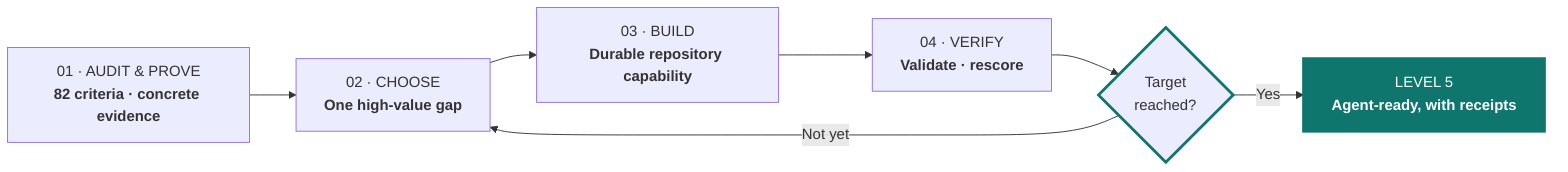
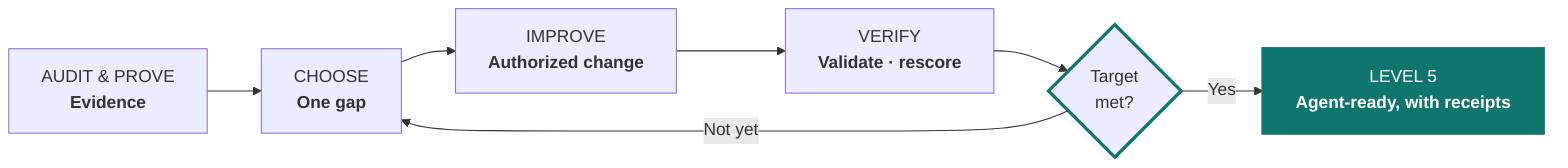
flowchart LR
-   audit["01 · AUDIT & PROVE<br/><b>82 criteria · concrete evidence</b>"]
-   choose["02 · CHOOSE<br/><b>One high-value gap</b>"]
-   implement["03 · BUILD<br/><b>Durable repository capability</b>"]
-   validate["04 · VERIFY<br/><b>Validate · rescore</b>"]
-   target{"Target<br/>reached?"}
-   level5["LEVEL 5<br/><b>Agent-ready, with receipts</b>"]
- 
-   audit --> choose --> implement --> validate --> target
-   target -- "Not yet" --> choose
-   target -- "Yes" --> level5
+   audit["AUDIT &amp; PROVE<br/><b>Evidence</b>"] --> gaps["CHOOSE<br/><b>One gap</b>"]
+   gaps --> improve["IMPROVE<br/><b>Authorized change</b>"]
+   improve --> verify["VERIFY<br/><b>Validate · rescore</b>"]
+   verify --> target{"Target<br/>met?"}
+   target -- "Not yet" --> gaps
+   target -- "Yes" --> level5["LEVEL 5<br/><b>Agent-ready, with receipts</b>"]

  classDef decision stroke:#0f766e,stroke-width:3px
  classDef success fill:#0f766e,color:#ffffff,stroke:#0f766e,stroke-width:3px
  class target decision
  class level5 success
